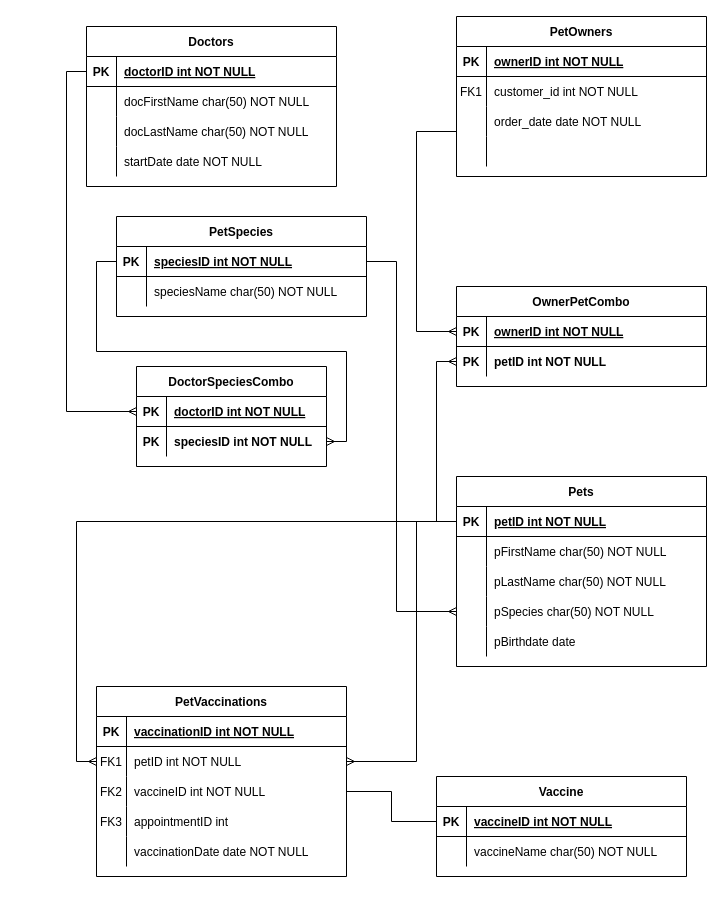
The draw.io diagram SQL stuff/In-class ERDs/pet shop.drawio in The-Software-Guild/git---github-B-Rust, before the edit. Source tidied: cells renumbered, new cells numbered last; positions are measured from the earlier drawing's top-left corner, leaving out a move shared by most shapes. Both pictures are drawn from the tidied source at 100%, with x=0, y=0 at pixel (86, 16).
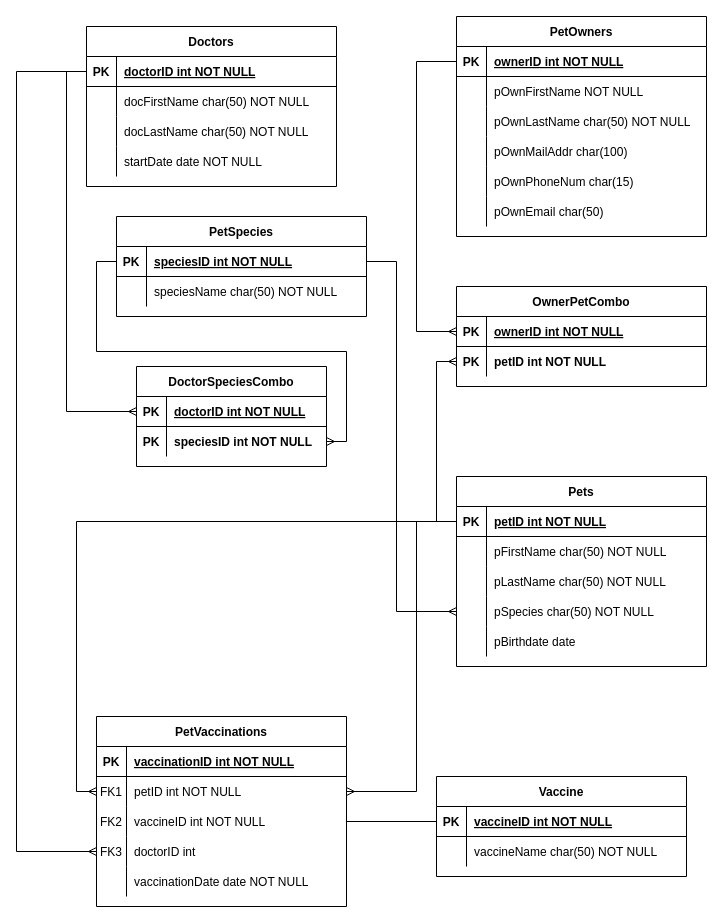
The same page after the edit.

The change refers to these unchanged cells:
```xml
<mxCell id="3" style="shape=partialRectangle;fillColor=none;points=[[0,0.5],[1,0.5]];portConstraint=eastwest;top=0;left=0;right=0;bottom=1;" parent="2" vertex="1">
  <mxGeometry y="30" width="250" height="30" as="geometry" />
</mxCell>
<mxCell id="6" style="shape=partialRectangle;fillColor=none;top=0;left=0;right=0;bottom=0;" parent="2" vertex="1">
  <mxGeometry y="60" width="250" height="30" as="geometry" />
</mxCell>
<mxCell id="9" style="shape=partialRectangle;fillColor=none;top=0;left=0;right=0;bottom=0;" parent="2" vertex="1">
  <mxGeometry y="90" width="250" height="30" as="geometry" />
</mxCell>
<mxCell id="12" style="shape=partialRectangle;fillColor=none;top=0;left=0;right=0;bottom=0;" parent="2" vertex="1">
  <mxGeometry y="120" width="250" height="30" as="geometry" />
</mxCell>
<mxCell id="16" style="shape=partialRectangle;fillColor=none;points=[[0,0.5],[1,0.5]];portConstraint=eastwest;top=0;left=0;right=0;bottom=1;" parent="15" vertex="1">
  <mxGeometry y="30" width="250" height="30" as="geometry" />
</mxCell>
<mxCell id="32" style="shape=partialRectangle;fillColor=none;points=[[0,0.5],[1,0.5]];portConstraint=eastwest;top=0;left=0;right=0;bottom=1;" parent="31" vertex="1">
  <mxGeometry y="30" width="250" height="30" as="geometry" />
</mxCell>
<mxCell id="45" style="shape=partialRectangle;fillColor=none;points=[[0,0.5],[1,0.5]];portConstraint=eastwest;top=0;left=0;right=0;bottom=1;" parent="44" vertex="1">
  <mxGeometry y="30" width="250" height="30" as="geometry" />
</mxCell>
<mxCell id="55" style="shape=partialRectangle;fillColor=none;points=[[0,0.5],[1,0.5]];portConstraint=eastwest;top=0;left=0;right=0;bottom=0;" parent="51" vertex="1">
  <mxGeometry y="60" width="250" height="30" as="geometry" />
</mxCell>
<mxCell id="61" style="shape=partialRectangle;fillColor=none;points=[[0,0.5],[1,0.5]];portConstraint=eastwest;top=0;left=0;right=0;bottom=0;" parent="51" vertex="1">
  <mxGeometry y="120" width="250" height="30" as="geometry" />
</mxCell>
```

What changed in the source:
```diff
@@
     <mxCell id="2" value="PetOwners" style="shape=table;startSize=30;childLayout=tableLayout;rowLines=0;fontStyle=1;align=center;" parent="1" vertex="1">
-      <mxGeometry x="370" width="250" height="160" as="geometry" />
+      <mxGeometry x="370" width="250" height="220" as="geometry" />
     </mxCell>
@@
-    <mxCell id="7" value="FK1" style="shape=partialRectangle;overflow=hidden;fillColor=none;top=0;left=0;bottom=0;right=0;" parent="6" vertex="1">
+    <mxCell id="7" style="shape=partialRectangle;overflow=hidden;fillColor=none;top=0;left=0;bottom=0;right=0;" parent="6" vertex="1">
       <mxGeometry width="30" height="30" as="geometry" />
     </mxCell>
-    <mxCell id="8" value="customer_id int NOT NULL" style="shape=partialRectangle;overflow=hidden;fillColor=none;top=0;left=0;bottom=0;right=0;align=left;spacingLeft=6;" parent="6" vertex="1">
+    <mxCell id="8" value="pOwnFirstName NOT NULL" style="shape=partialRectangle;overflow=hidden;fillColor=none;top=0;left=0;bottom=0;right=0;align=left;spacingLeft=6;" parent="6" vertex="1">
       <mxGeometry x="30" width="220" height="30" as="geometry" />
     </mxCell>
@@
-    <mxCell id="11" value="order_date date NOT NULL" style="shape=partialRectangle;overflow=hidden;fillColor=none;top=0;left=0;bottom=0;right=0;align=left;spacingLeft=6;" parent="9" vertex="1">
+    <mxCell id="11" value="pOwnLastName char(50) NOT NULL" style="shape=partialRectangle;overflow=hidden;fillColor=none;top=0;left=0;bottom=0;right=0;align=left;spacingLeft=6;" parent="9" vertex="1">
       <mxGeometry x="30" width="220" height="30" as="geometry" />
     </mxCell>
@@
-    <mxCell id="14" style="shape=partialRectangle;overflow=hidden;fillColor=none;top=0;left=0;bottom=0;right=0;align=left;spacingLeft=6;" parent="12" vertex="1">
+    <mxCell id="14" value="pOwnMailAddr char(100)" style="shape=partialRectangle;overflow=hidden;fillColor=none;top=0;left=0;bottom=0;right=0;align=left;spacingLeft=6;" parent="12" vertex="1">
       <mxGeometry x="30" width="220" height="30" as="geometry" />
     </mxCell>
+    <mxCell id="96" style="shape=partialRectangle;fillColor=none;top=0;left=0;right=0;bottom=0;" parent="2" vertex="1">
+      <mxGeometry y="150" width="250" height="30" as="geometry" />
+    </mxCell>
+    <mxCell id="97" style="shape=partialRectangle;overflow=hidden;fillColor=none;top=0;left=0;bottom=0;right=0;" parent="96" vertex="1">
+      <mxGeometry width="30" height="30" as="geometry" />
+    </mxCell>
+    <mxCell id="98" value="pOwnPhoneNum char(15)" style="shape=partialRectangle;overflow=hidden;fillColor=none;top=0;left=0;bottom=0;right=0;align=left;spacingLeft=6;" parent="96" vertex="1">
+      <mxGeometry x="30" width="220" height="30" as="geometry" />
+    </mxCell>
+    <mxCell id="99" style="shape=partialRectangle;fillColor=none;top=0;left=0;right=0;bottom=0;" parent="2" vertex="1">
+      <mxGeometry y="180" width="250" height="30" as="geometry" />
+    </mxCell>
+    <mxCell id="100" style="shape=partialRectangle;overflow=hidden;fillColor=none;top=0;left=0;bottom=0;right=0;" parent="99" vertex="1">
+      <mxGeometry width="30" height="30" as="geometry" />
+    </mxCell>
+    <mxCell id="101" value="pOwnEmail char(50)" style="shape=partialRectangle;overflow=hidden;fillColor=none;top=0;left=0;bottom=0;right=0;align=left;spacingLeft=6;" parent="99" vertex="1">
+      <mxGeometry x="30" width="220" height="30" as="geometry" />
+    </mxCell>
@@
     <mxCell id="51" value="PetVaccinations" style="shape=table;startSize=30;childLayout=tableLayout;rowLines=0;fontStyle=1;align=center;" parent="1" vertex="1">
-      <mxGeometry x="10" y="670" width="250" height="190" as="geometry" />
+      <mxGeometry x="10" y="700" width="250" height="190" as="geometry" />
     </mxCell>
@@
-    <mxCell id="63" value="appointmentID int " style="shape=partialRectangle;overflow=hidden;fillColor=none;top=0;left=0;bottom=0;right=0;align=left;spacingLeft=6;" parent="61" vertex="1">
+    <mxCell id="63" value="doctorID int " style="shape=partialRectangle;overflow=hidden;fillColor=none;top=0;left=0;bottom=0;right=0;align=left;spacingLeft=6;" parent="61" vertex="1">
       <mxGeometry x="30" width="220" height="30" as="geometry" />
     </mxCell>
@@
     <mxCell id="82" style="edgeStyle=orthogonalEdgeStyle;rounded=0;jettySize=auto;html=1;entryX=0;entryY=0.5;entryDx=0;entryDy=0;startArrow=none;startFill=0;endArrow=ERmany;endFill=0;exitX=0;exitY=0.5;exitDx=0;exitDy=0;" parent="1" edge="1" source="3" target="45">
       <mxGeometry relative="1" as="geometry">
         <Array as="points">
-          <mxPoint x="330" y="115" />
+          <mxPoint x="330" y="45" />
           <mxPoint x="330" y="315" />
         </Array>
       </mxGeometry>
     </mxCell>
@@
     <mxCell id="92" style="edgeStyle=orthogonalEdgeStyle;rounded=0;jettySize=auto;html=1;entryX=1;entryY=0.5;entryDx=0;entryDy=0;startArrow=none;startFill=0;endArrow=ERmany;endFill=0;" parent="1" edge="1" source="16" target="55">
       <mxGeometry relative="1" as="geometry">
         <Array as="points">
           <mxPoint x="330" y="505" />
-          <mxPoint x="330" y="745" />
+          <mxPoint x="330" y="775" />
         </Array>
       </mxGeometry>
     </mxCell>
@@
+    <mxCell id="102" style="edgeStyle=orthogonalEdgeStyle;rounded=0;jettySize=auto;html=1;entryX=0;entryY=0.5;entryDx=0;entryDy=0;endArrow=ERmany;endFill=0;" parent="1" edge="1" source="32" target="61">
+      <mxGeometry relative="1" as="geometry">
+        <Array as="points">
+          <mxPoint x="-70" y="55" />
+          <mxPoint x="-70" y="835" />
+        </Array>
+      </mxGeometry>
+    </mxCell>
```
